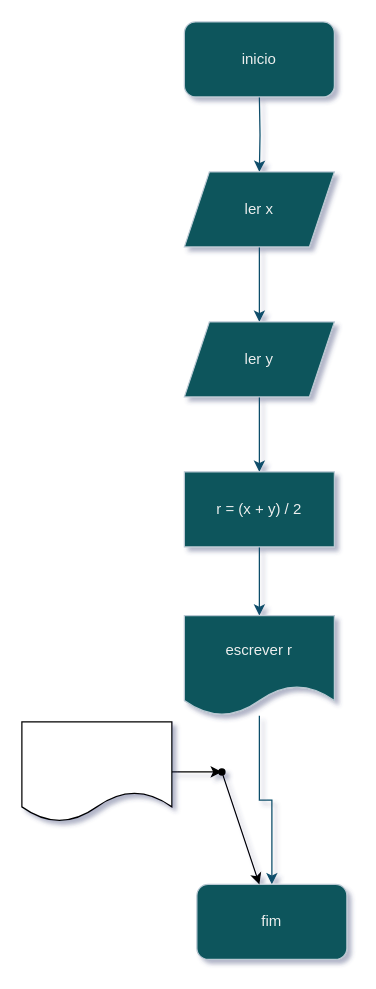
The draw.io diagram ucs/uc00245-desenvolver_algoritmos/exercicios/exercicioMedia.drawio in josecarlosgoncalves/cet, before the edit. Source tidied: cells renumbered, new cells numbered last; positions are measured from the earlier drawing's top-left corner, leaving out a move shared by most shapes. Both pictures are drawn from the tidied source at 125%, with x=0, y=0 at pixel (21, 21).
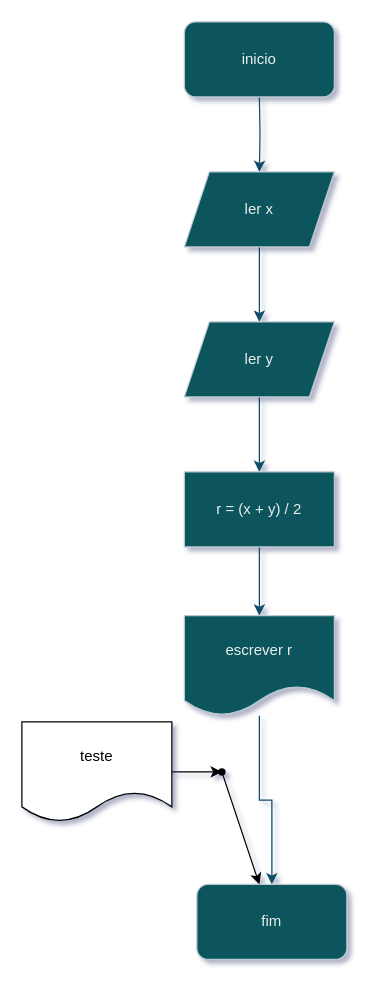
The same page after the edit.

The edit, as a diff of the source:
```diff
@@
 <mxGraphModel shadow="1">
   <root>
     <mxCell id="0" />
     <mxCell id="1" parent="0" />
     <mxCell id="2" style="edgeStyle=orthogonalEdgeStyle;rounded=0;jettySize=auto;html=1;labelBackgroundColor=none;strokeColor=#0B4D6A;fontColor=default;" parent="1" edge="1" target="4">
       <mxGeometry relative="1" as="geometry">
         <mxPoint x="190" y="60" as="sourcePoint" />
       </mxGeometry>
     </mxCell>
     <mxCell id="3" style="edgeStyle=orthogonalEdgeStyle;rounded=0;jettySize=auto;html=1;labelBackgroundColor=none;strokeColor=#0B4D6A;fontColor=default;" parent="1" edge="1" source="4" target="6">
       <mxGeometry relative="1" as="geometry" />
     </mxCell>
     <mxCell id="4" value="ler x" style="shape=parallelogram;perimeter=parallelogramPerimeter;whiteSpace=wrap;html=1;fixedSize=1;labelBackgroundColor=none;fillColor=#09555B;strokeColor=#BAC8D3;fontColor=#EEEEEE;" parent="1" vertex="1">
       <mxGeometry x="130" y="120" width="120" height="60" as="geometry" />
     </mxCell>
     <mxCell id="5" style="edgeStyle=orthogonalEdgeStyle;rounded=0;jettySize=auto;html=1;labelBackgroundColor=none;strokeColor=#0B4D6A;fontColor=default;" parent="1" edge="1" source="6" target="8">
       <mxGeometry relative="1" as="geometry" />
     </mxCell>
     <mxCell id="6" value="ler y" style="shape=parallelogram;perimeter=parallelogramPerimeter;whiteSpace=wrap;html=1;fixedSize=1;labelBackgroundColor=none;fillColor=#09555B;strokeColor=#BAC8D3;fontColor=#EEEEEE;" parent="1" vertex="1">
       <mxGeometry x="130" y="240" width="120" height="60" as="geometry" />
     </mxCell>
     <mxCell id="7" style="edgeStyle=orthogonalEdgeStyle;rounded=0;jettySize=auto;html=1;labelBackgroundColor=none;strokeColor=#0B4D6A;fontColor=default;" parent="1" edge="1" source="8" target="10">
       <mxGeometry relative="1" as="geometry" />
     </mxCell>
     <mxCell id="8" value="r = (x + y) / 2" style="rounded=0;whiteSpace=wrap;html=1;labelBackgroundColor=none;fillColor=#09555B;strokeColor=#BAC8D3;fontColor=#EEEEEE;" parent="1" vertex="1">
       <mxGeometry x="130" y="360" width="120" height="60" as="geometry" />
     </mxCell>
     <mxCell id="9" style="edgeStyle=orthogonalEdgeStyle;rounded=0;jettySize=auto;html=1;labelBackgroundColor=none;strokeColor=#0B4D6A;fontColor=default;" parent="1" edge="1" source="10" target="12">
       <mxGeometry relative="1" as="geometry" />
     </mxCell>
     <mxCell id="10" value="escrever r" style="shape=document;whiteSpace=wrap;html=1;boundedLbl=1;labelBackgroundColor=none;fillColor=#09555B;strokeColor=#BAC8D3;fontColor=#EEEEEE;" parent="1" vertex="1">
       <mxGeometry x="130" y="475" width="120" height="80" as="geometry" />
     </mxCell>
     <mxCell id="11" value="inicio" style="rounded=1;whiteSpace=wrap;html=1;labelBackgroundColor=none;fillColor=#09555B;strokeColor=#BAC8D3;fontColor=#EEEEEE;" parent="1" vertex="1">
       <mxGeometry x="130" width="120" height="60" as="geometry" />
     </mxCell>
     <mxCell id="12" value="fim" style="rounded=1;whiteSpace=wrap;html=1;labelBackgroundColor=none;fillColor=#09555B;strokeColor=#BAC8D3;fontColor=#EEEEEE;" parent="1" vertex="1">
       <mxGeometry x="140" y="690" width="120" height="60" as="geometry" />
     </mxCell>
     <mxCell id="13" style="edgeStyle=none;html=1;" parent="1" edge="1" source="14" target="16">
       <mxGeometry relative="1" as="geometry" />
     </mxCell>
-    <mxCell id="14" style="shape=document;whiteSpace=wrap;html=1;boundedLbl=1;" parent="1" vertex="1">
+    <mxCell id="14" value="teste" style="shape=document;whiteSpace=wrap;html=1;boundedLbl=1;" parent="1" vertex="1">
       <mxGeometry y="560" width="120" height="80" as="geometry" />
     </mxCell>
     <mxCell id="15" style="edgeStyle=none;html=1;" parent="1" edge="1" source="16" target="12">
       <mxGeometry relative="1" as="geometry" />
     </mxCell>
     <mxCell id="16" style="shape=waypoint;sketch=0;size=6;points=[];fillColor=default;perimeter=centerPerimeter;snapToPoint=1;" parent="1" vertex="1">
       <mxGeometry x="150" y="590" width="20" height="20" as="geometry" />
     </mxCell>
   </root>
 </mxGraphModel>
```
